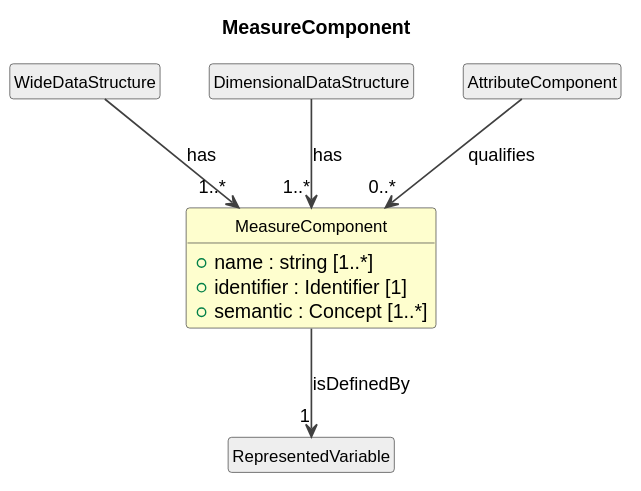
Before: cdif-uml-model/CDIFDataStructure/Classes/MeasureComponent.svg, a diagram exported from PlantUML (Cross-Domain-Interoperability-Framework/metadataBuildingBlocks).
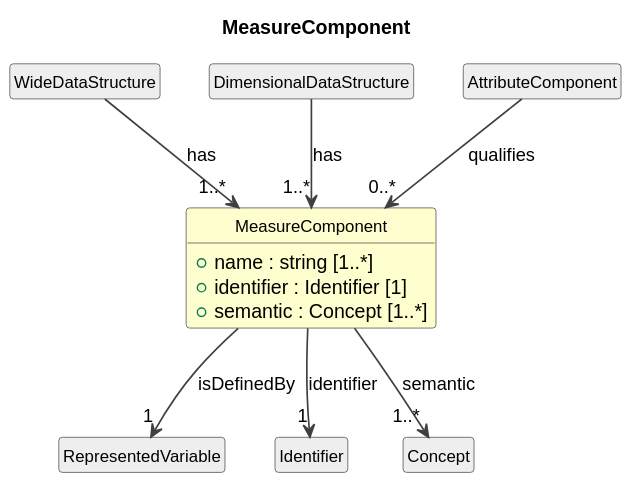
Above is the later version.

What changed in the source:
```diff
@@ -23,4 +23,8 @@
 MeasureComponent --> "1" RepresentedVariable : isDefinedBy
 class "AttributeComponent" as AttributeComponent #EEEEEE
 AttributeComponent --> "0..*" MeasureComponent : qualifies
+class "Identifier" as Identifier #EEEEEE
+MeasureComponent --> "1" Identifier : identifier
+class "Concept" as Concept #EEEEEE
+MeasureComponent --> "1..*" Concept : semantic
 @enduml
```
